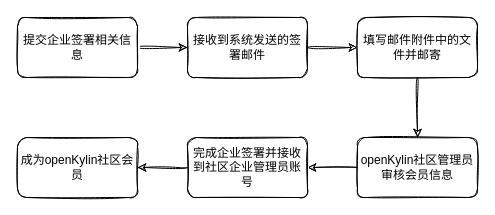
This is 企业签署CLA.drawio from weijiang1994/draw-io, a draw.io file, before an edit. Source tidied: cells renumbered, new cells numbered last; positions are measured from the earlier drawing's top-left corner, leaving out a move shared by most shapes. Both pictures are drawn from the tidied source at 100%, with x=0, y=0 at pixel (17, 17).
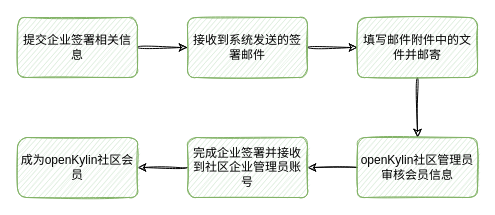
After the change.

Commit message:
更新企业签署CLA.drawio

Diff of the diagram source:
```diff
@@
 <mxGraphModel>
   <root>
     <mxCell id="0" />
     <mxCell id="1" parent="0" />
     <mxCell id="2" style="edgeStyle=orthogonalEdgeStyle;rounded=1;jettySize=auto;html=1;exitX=1;exitY=0.5;exitDx=0;exitDy=0;entryX=0;entryY=0.5;entryDx=0;entryDy=0;sketch=1;curved=1;" parent="1" edge="1" source="3" target="5">
       <mxGeometry relative="1" as="geometry" />
     </mxCell>
-    <mxCell id="3" value="提交企业签署相关信息" style="rounded=1;whiteSpace=wrap;html=1;sketch=1;" parent="1" vertex="1">
+    <mxCell id="3" value="提交企业签署相关信息" style="rounded=1;whiteSpace=wrap;html=1;sketch=1;fillColor=#D5E8D4;strokeColor=#82B366;" parent="1" vertex="1">
       <mxGeometry width="120" height="60" as="geometry" />
     </mxCell>
     <mxCell id="4" style="edgeStyle=orthogonalEdgeStyle;rounded=1;jettySize=auto;html=1;exitX=1;exitY=0.5;exitDx=0;exitDy=0;entryX=0;entryY=0.5;entryDx=0;entryDy=0;sketch=1;curved=1;" parent="1" edge="1" source="5" target="7">
       <mxGeometry relative="1" as="geometry" />
     </mxCell>
-    <mxCell id="5" value="接收到系统发送的签署邮件" style="rounded=1;whiteSpace=wrap;html=1;sketch=1;" parent="1" vertex="1">
+    <mxCell id="5" value="接收到系统发送的签署邮件" style="rounded=1;whiteSpace=wrap;html=1;sketch=1;fillColor=#D5E8D4;strokeColor=#82B366;" parent="1" vertex="1">
       <mxGeometry x="170" width="120" height="60" as="geometry" />
     </mxCell>
     <mxCell id="6" style="edgeStyle=orthogonalEdgeStyle;rounded=1;jettySize=auto;html=1;exitX=0.5;exitY=1;exitDx=0;exitDy=0;entryX=0.5;entryY=0;entryDx=0;entryDy=0;sketch=1;curved=1;" parent="1" edge="1" source="7" target="9">
       <mxGeometry relative="1" as="geometry" />
     </mxCell>
-    <mxCell id="7" value="填写邮件附件中的文件并邮寄" style="rounded=1;whiteSpace=wrap;html=1;sketch=1;" parent="1" vertex="1">
+    <mxCell id="7" value="填写邮件附件中的文件并邮寄" style="rounded=1;whiteSpace=wrap;html=1;sketch=1;fillColor=#D5E8D4;strokeColor=#82B366;" parent="1" vertex="1">
       <mxGeometry x="340" width="120" height="60" as="geometry" />
     </mxCell>
     <mxCell id="8" style="edgeStyle=orthogonalEdgeStyle;rounded=1;jettySize=auto;html=1;exitX=0;exitY=0.5;exitDx=0;exitDy=0;entryX=1;entryY=0.5;entryDx=0;entryDy=0;sketch=1;curved=1;" parent="1" edge="1" source="9" target="11">
       <mxGeometry relative="1" as="geometry" />
     </mxCell>
-    <mxCell id="9" value="openKylin社区管理员审核会员信息" style="rounded=1;whiteSpace=wrap;html=1;sketch=1;" parent="1" vertex="1">
+    <mxCell id="9" value="openKylin社区管理员审核会员信息" style="rounded=1;whiteSpace=wrap;html=1;sketch=1;fillColor=#D5E8D4;strokeColor=#82B366;" parent="1" vertex="1">
       <mxGeometry x="340" y="120" width="120" height="60" as="geometry" />
     </mxCell>
     <mxCell id="10" style="edgeStyle=orthogonalEdgeStyle;rounded=1;jettySize=auto;html=1;exitX=0;exitY=0.5;exitDx=0;exitDy=0;entryX=1;entryY=0.5;entryDx=0;entryDy=0;sketch=1;curved=1;" parent="1" edge="1" source="11" target="12">
       <mxGeometry relative="1" as="geometry" />
     </mxCell>
-    <mxCell id="11" value="完成企业签署并接收到社区企业管理员账号" style="rounded=1;whiteSpace=wrap;html=1;sketch=1;" parent="1" vertex="1">
+    <mxCell id="11" value="完成企业签署并接收到社区企业管理员账号" style="rounded=1;whiteSpace=wrap;html=1;sketch=1;fillColor=#D5E8D4;strokeColor=#82B366;" parent="1" vertex="1">
       <mxGeometry x="170" y="120" width="120" height="60" as="geometry" />
     </mxCell>
-    <mxCell id="12" value="成为openKylin社区会员" style="rounded=1;whiteSpace=wrap;html=1;sketch=1;" parent="1" vertex="1">
+    <mxCell id="12" value="成为openKylin社区会员" style="rounded=1;whiteSpace=wrap;html=1;sketch=1;fillColor=#D5E8D4;strokeColor=#82B366;" parent="1" vertex="1">
       <mxGeometry y="120" width="120" height="60" as="geometry" />
     </mxCell>
   </root>
 </mxGraphModel>
```
